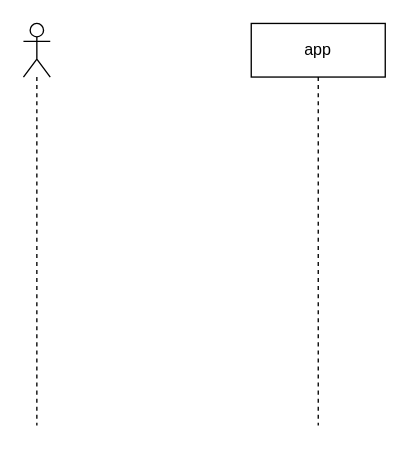
Before: page "Page-3" (3 of 3) of schoolapp-use-case-spring-1.drawio in sidofdountio/schoolappui, a draw.io diagram. Source tidied: cells renumbered, new cells numbered last; positions are measured from the earlier drawing's top-left corner, leaving out a move shared by most shapes. Both pictures are drawn from the tidied source at 134%, with x=0, y=0 at pixel (23, 23).
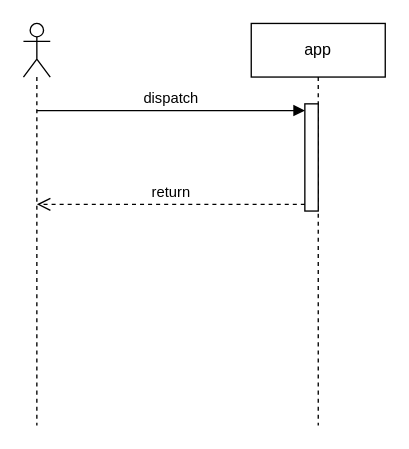
After the change.

What changed in the source:
```diff
@@
 <mxGraphModel>
   <root>
     <mxCell id="0" />
     <mxCell id="1" parent="0" />
     <mxCell id="2" value="app" style="shape=umlLifeline;perimeter=lifelinePerimeter;whiteSpace=wrap;html=1;newEdgeStyle={&quot;curved&quot;:0,&quot;rounded&quot;:0};" parent="1" vertex="1">
       <mxGeometry x="170" width="100" height="300" as="geometry" />
     </mxCell>
     <mxCell id="3" style="shape=umlLifeline;perimeter=lifelinePerimeter;whiteSpace=wrap;html=1;newEdgeStyle={&quot;curved&quot;:0,&quot;rounded&quot;:0};participant=umlActor;" parent="1" vertex="1">
       <mxGeometry width="20" height="300" as="geometry" />
     </mxCell>
+    <mxCell id="4" style="html=1;points=[[0,0,0,0,5],[0,1,0,0,-5],[1,0,0,0,5],[1,1,0,0,-5]];perimeter=orthogonalPerimeter;outlineConnect=0;targetShapes=umlLifeline;portConstraint=eastwest;newEdgeStyle={&quot;curved&quot;:0,&quot;rounded&quot;:0};" parent="1" vertex="1">
+      <mxGeometry x="210" y="60" width="10" height="80" as="geometry" />
+    </mxCell>
+    <mxCell id="5" value="dispatch" style="html=1;verticalAlign=bottom;endArrow=block;curved=0;rounded=0;entryX=0;entryY=0;entryDx=0;entryDy=5;" parent="1" edge="1" target="4">
+      <mxGeometry relative="1" as="geometry">
+        <mxPoint x="10" y="65" as="sourcePoint" />
+      </mxGeometry>
+    </mxCell>
+    <mxCell id="6" value="return" style="html=1;verticalAlign=bottom;endArrow=open;dashed=1;endSize=8;curved=0;rounded=0;exitX=0;exitY=1;exitDx=0;exitDy=-5;" parent="1" edge="1" source="4">
+      <mxGeometry relative="1" as="geometry">
+        <mxPoint x="10" y="135" as="targetPoint" />
+      </mxGeometry>
+    </mxCell>
   </root>
 </mxGraphModel>
```
